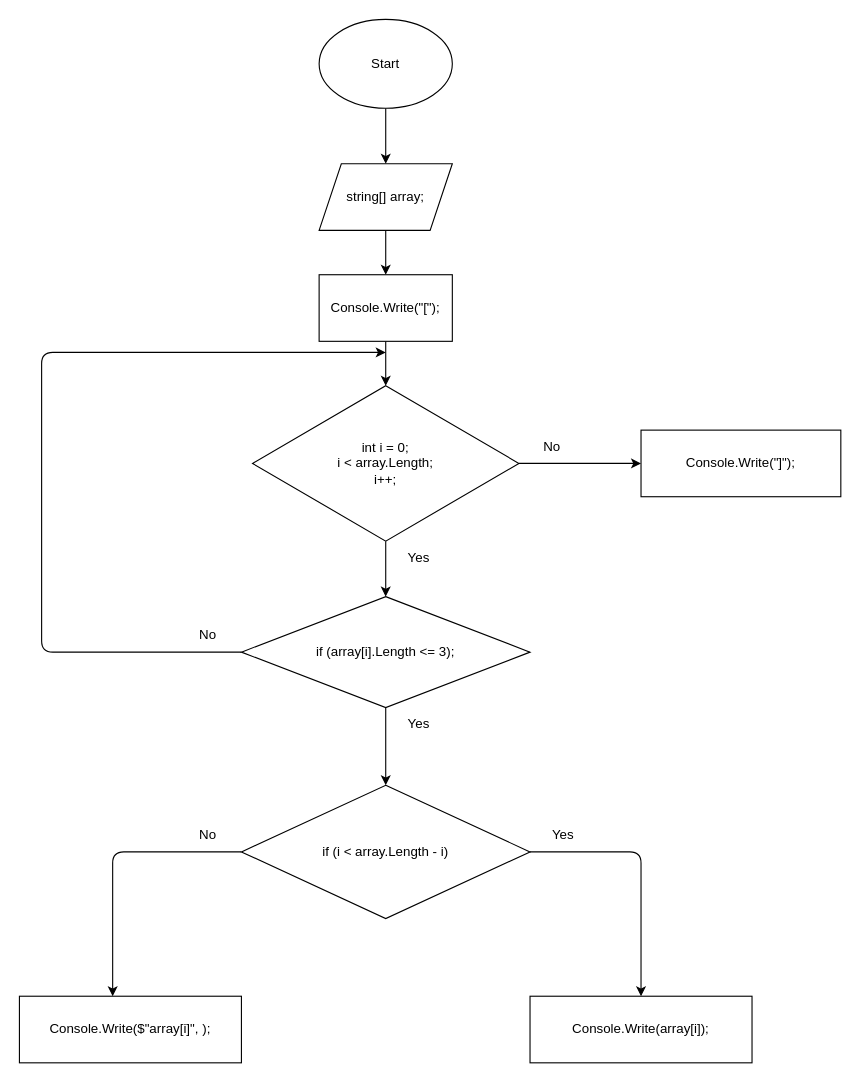
Before: schema/NumberOfCharacters_method.drawio in AlexSartsev/Finish_project, a draw.io diagram. Source tidied: cells renumbered, new cells numbered last; positions are measured from the earlier drawing's top-left corner, leaving out a move shared by most shapes. Both pictures are drawn from the tidied source at 111%, with x=0, y=0 at pixel (19, 19).
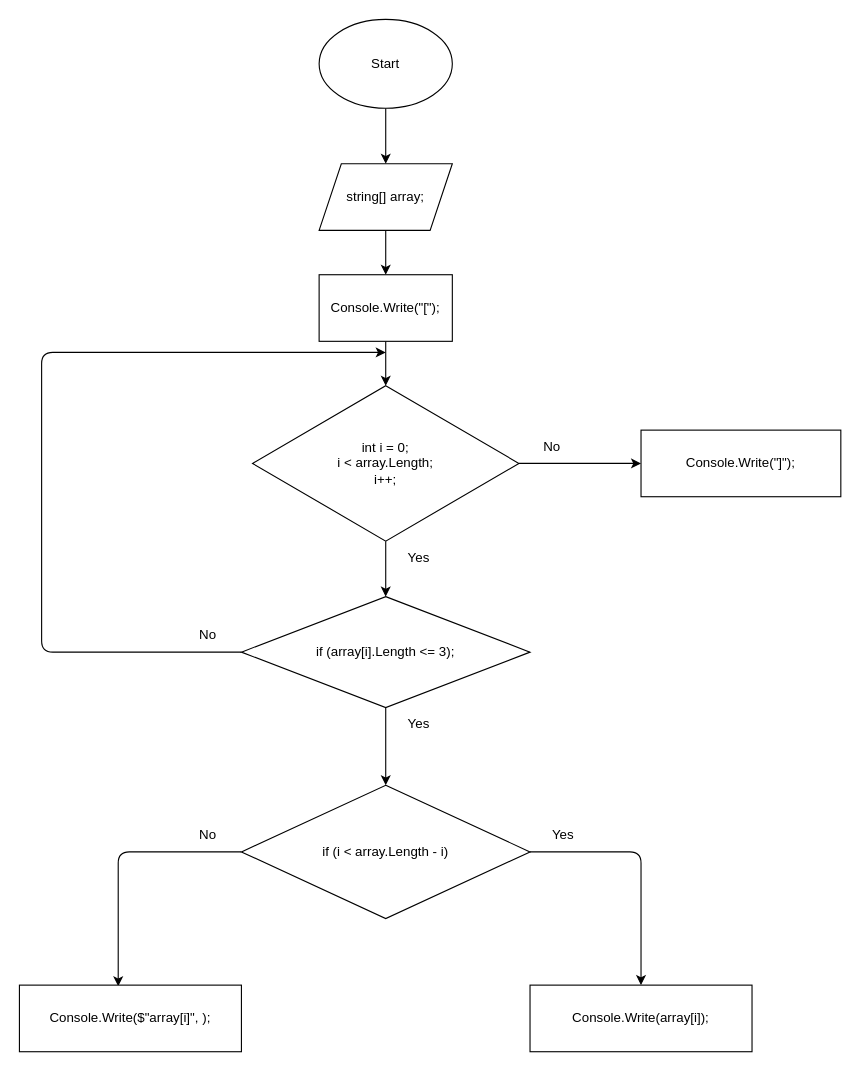
The same diagram, later.

Commit message:
Add block_schem

The change refers to these unchanged cells:
```xml
<mxCell id="13" value="if (i &amp;lt; array.Length - i)" style="rhombus;whiteSpace=wrap;html=1;" parent="1" vertex="1">
  <mxGeometry x="200" y="690" width="260" height="120" as="geometry" />
</mxCell>
```

Change to the diagram source:
```diff
@@
-    <mxCell id="12" style="edgeStyle=none;html=1;entryX=0.42;entryY=0;entryDx=0;entryDy=0;entryPerimeter=0;" parent="1" edge="1" source="13" target="14">
+    <mxCell id="12" style="edgeStyle=none;html=1;entryX=0.445;entryY=0.017;entryDx=0;entryDy=0;entryPerimeter=0;" parent="1" edge="1" source="13" target="14">
       <mxGeometry relative="1" as="geometry">
         <Array as="points">
-          <mxPoint x="84" y="750" />
+          <mxPoint x="89" y="750" />
         </Array>
       </mxGeometry>
     </mxCell>
@@
     <mxCell id="14" value="Console.Write($&quot;array[i]&quot;, );" style="rounded=0;whiteSpace=wrap;html=1;" parent="1" vertex="1">
-      <mxGeometry y="880" width="200" height="60" as="geometry" />
+      <mxGeometry y="870" width="200" height="60" as="geometry" />
     </mxCell>
     <mxCell id="15" value="Console.Write(array[i]);" style="rounded=0;whiteSpace=wrap;html=1;" parent="1" vertex="1">
-      <mxGeometry x="460" y="880" width="200" height="60" as="geometry" />
+      <mxGeometry x="460" y="870" width="200" height="60" as="geometry" />
     </mxCell>
@@
+    <mxCell id="25" value="Yes" style="text;html=1;strokeColor=none;fillColor=none;align=center;verticalAlign=middle;whiteSpace=wrap;rounded=0;" parent="1" vertex="1">
+      <mxGeometry x="460" y="720" width="60" height="30" as="geometry" />
+    </mxCell>
@@
-    <mxCell id="25" value="Yes" style="text;html=1;strokeColor=none;fillColor=none;align=center;verticalAlign=middle;whiteSpace=wrap;rounded=0;" parent="1" vertex="1">
-      <mxGeometry x="460" y="720" width="60" height="30" as="geometry" />
-    </mxCell>
```
